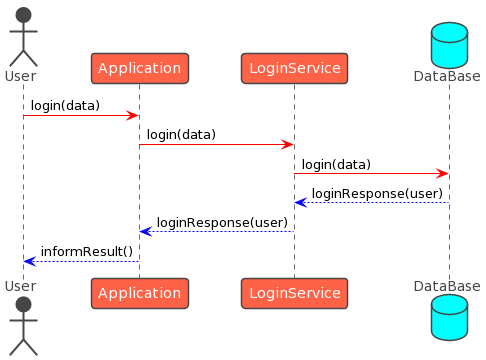
Above: docs/images/loginSecuencia.png in Arquisoft/wiq_es05c1 (PlantUML), before the change.
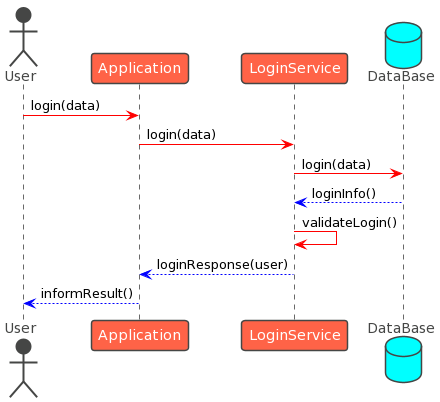
The same diagram one commit later.

Commit message:
Caso login añadido en sección 6 de la documentación

Y correcciones en los diagramas de secuencia añadidos y en la
lista de pasos de register.

Change to the diagram source:
```diff
@@ -9,9 +9,10 @@
 
 User -[#red]> app : login(data)
 app -[#red]> log : login(data)
+
 log -[#red]> db : login(data)
-
-db -[#blue]-> log : loginResponse(user)
+db -[#blue]-> log : loginInfo()
+log -[#red]> log : validateLogin()
 
 log -[#blue]-> app : loginResponse(user)
 
```
